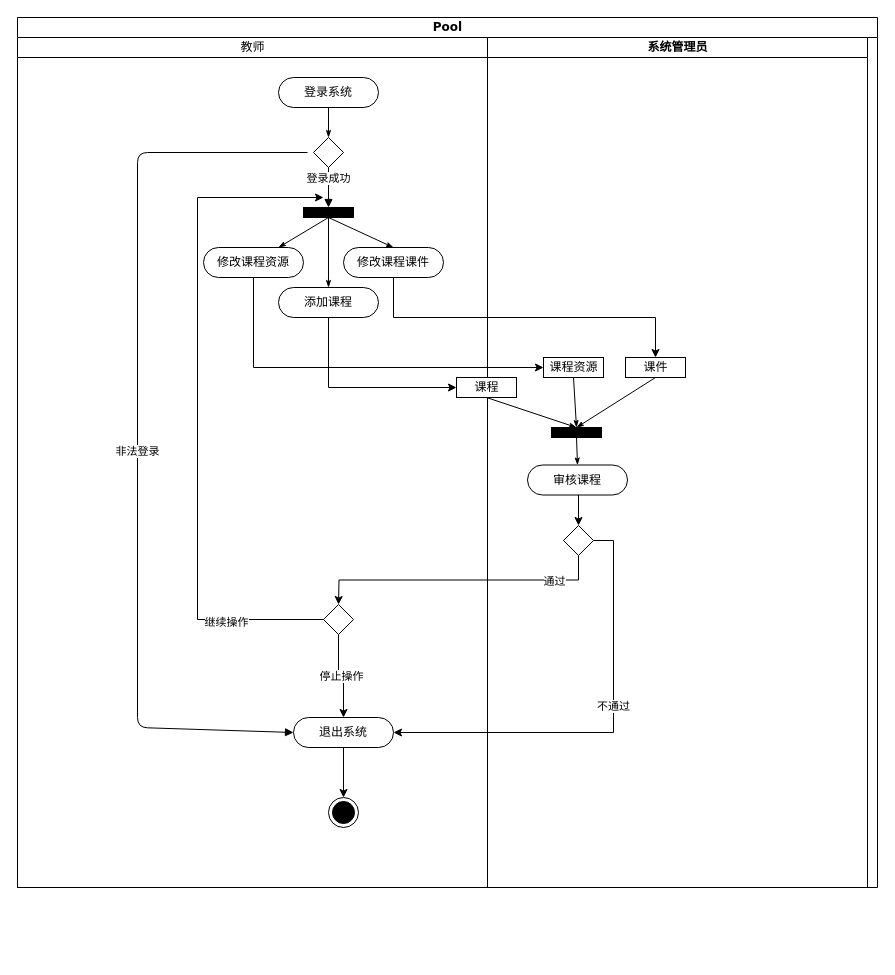
Before: page "Page-1" (1 of 2) of temp/Untitled Diagram.drawio in holyma/dreamermary.github.io, a draw.io diagram. Source tidied: cells renumbered, new cells numbered last; positions are measured from the earlier drawing's top-left corner, leaving out a move shared by most shapes. Both pictures are drawn from the tidied source at 100%, with x=0, y=0 at pixel (17, 17).
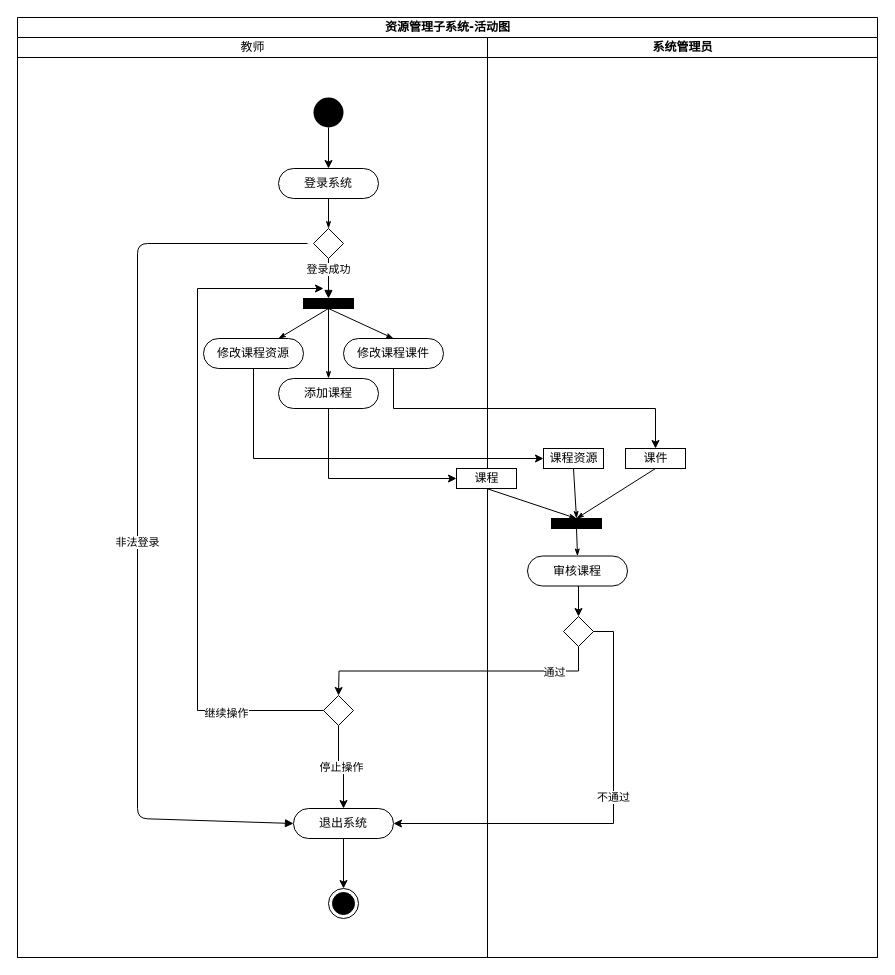
After the change.

What changed in the source:
```diff
@@
-    <mxCell id="2" value="Pool" style="swimlane;html=1;startSize=20;rounded=0;shadow=0;comic=0;labelBackgroundColor=none;strokeWidth=1;fontFamily=Verdana;fontSize=12;align=center;" parent="1" vertex="1">
-      <mxGeometry width="860" height="870" as="geometry" />
+    <mxCell id="2" value="资源管理子系统-活动图" style="swimlane;html=1;startSize=20;rounded=0;shadow=0;comic=0;labelBackgroundColor=none;strokeWidth=1;fontFamily=Verdana;fontSize=12;align=center;" parent="1" vertex="1">
+      <mxGeometry width="860" height="940" as="geometry" />
     </mxCell>
     <mxCell id="3" value="教师" style="swimlane;html=1;startSize=20;fontStyle=0;" parent="2" vertex="1">
-      <mxGeometry y="20" width="470" height="850" as="geometry" />
+      <mxGeometry y="20" width="470" height="920" as="geometry" />
     </mxCell>
@@
     <mxCell id="8" value="登录系统" style="rounded=1;whiteSpace=wrap;html=1;shadow=0;comic=0;labelBackgroundColor=none;strokeWidth=1;fontFamily=Verdana;fontSize=12;align=center;arcSize=50;" parent="3" vertex="1">
-      <mxGeometry x="261" y="40" width="100" height="30" as="geometry" />
+      <mxGeometry x="261" y="131" width="100" height="30" as="geometry" />
     </mxCell>
     <mxCell id="9" style="rhombus;" parent="3" vertex="1">
-      <mxGeometry x="296" y="100" width="30" height="30" as="geometry" />
+      <mxGeometry x="296" y="191" width="30" height="30" as="geometry" />
     </mxCell>
     <mxCell id="10" value="登录成功" style="html=1;verticalAlign=bottom;endArrow=block;" parent="3" edge="1">
       <mxGeometry relative="1" as="geometry">
-        <mxPoint x="311" y="130" as="sourcePoint" />
-        <mxPoint x="311" y="170" as="targetPoint" />
+        <mxPoint x="311" y="221" as="sourcePoint" />
+        <mxPoint x="311" y="261" as="targetPoint" />
       </mxGeometry>
     </mxCell>
     <mxCell id="11" style="whiteSpace=wrap;html=1;rounded=0;shadow=0;comic=0;labelBackgroundColor=none;strokeWidth=1;fillColor=#000000;fontFamily=Verdana;fontSize=12;align=center;rotation=0;" parent="3" vertex="1">
-      <mxGeometry x="286" y="170" width="50" height="10" as="geometry" />
+      <mxGeometry x="286" y="261" width="50" height="10" as="geometry" />
     </mxCell>
     <mxCell id="12" value="添加课程" style="rounded=1;whiteSpace=wrap;html=1;shadow=0;comic=0;labelBackgroundColor=none;strokeWidth=1;fontFamily=Verdana;fontSize=12;align=center;arcSize=50;" parent="3" vertex="1">
-      <mxGeometry x="261" y="250" width="100" height="30" as="geometry" />
+      <mxGeometry x="261" y="341" width="100" height="30" as="geometry" />
     </mxCell>
     <mxCell id="13" value="修改课程课件" style="rounded=1;whiteSpace=wrap;html=1;shadow=0;comic=0;labelBackgroundColor=none;strokeWidth=1;fontFamily=Verdana;fontSize=12;align=center;arcSize=50;" parent="3" vertex="1">
-      <mxGeometry x="326" y="210" width="100" height="30" as="geometry" />
+      <mxGeometry x="326" y="301" width="100" height="30" as="geometry" />
     </mxCell>
     <mxCell id="14" value="修改课程资源" style="rounded=1;whiteSpace=wrap;html=1;shadow=0;comic=0;labelBackgroundColor=none;strokeWidth=1;fontFamily=Verdana;fontSize=12;align=center;arcSize=50;" parent="3" vertex="1">
-      <mxGeometry x="186" y="210" width="100" height="30" as="geometry" />
+      <mxGeometry x="186" y="301" width="100" height="30" as="geometry" />
     </mxCell>
@@
     <mxCell id="19" value="退出系统" style="rounded=1;whiteSpace=wrap;html=1;shadow=0;comic=0;labelBackgroundColor=none;strokeWidth=1;fontFamily=Verdana;fontSize=12;align=center;arcSize=50;" parent="3" vertex="1">
-      <mxGeometry x="276" y="680" width="100" height="30" as="geometry" />
+      <mxGeometry x="276" y="771" width="100" height="30" as="geometry" />
     </mxCell>
     <mxCell id="20" style="ellipse;html=1;shape=endState;fillColor=#000000;strokeColor=#000000;" parent="3" vertex="1">
-      <mxGeometry x="311" y="760" width="30" height="30" as="geometry" />
+      <mxGeometry x="311" y="851" width="30" height="30" as="geometry" />
     </mxCell>
@@
     <mxCell id="22" style="rhombus;" parent="3" vertex="1">
-      <mxGeometry x="306" y="567" width="30" height="30" as="geometry" />
+      <mxGeometry x="306" y="658" width="30" height="30" as="geometry" />
     </mxCell>
+    <mxCell id="50" style="edgeStyle=orthogonalEdgeStyle;rounded=0;jettySize=auto;html=1;exitX=0.5;exitY=1;exitDx=0;exitDy=0;" parent="3" edge="1" source="51" target="8">
+      <mxGeometry relative="1" as="geometry" />
+    </mxCell>
+    <mxCell id="51" style="ellipse;fillColor=#000000;strokeColor=none;" parent="3" vertex="1">
+      <mxGeometry x="296" y="60" width="30" height="30" as="geometry" />
+    </mxCell>
@@
     <mxCell id="25" style="edgeStyle=orthogonalEdgeStyle;rounded=0;jettySize=auto;html=1;exitX=0.5;exitY=1;exitDx=0;exitDy=0;entryX=0.5;entryY=0;entryDx=0;entryDy=0;" parent="2" edge="1" source="35">
       <mxGeometry relative="1" as="geometry">
-        <mxPoint x="321" y="587" as="targetPoint" />
+        <mxPoint x="321" y="678" as="targetPoint" />
       </mxGeometry>
     </mxCell>
@@
     <mxCell id="28" value="系统管理员" style="swimlane;html=1;startSize=20;" parent="2" vertex="1">
-      <mxGeometry x="470" y="20" width="380" height="850" as="geometry" />
+      <mxGeometry x="470" y="20" width="390" height="920" as="geometry" />
     </mxCell>
@@
     <mxCell id="31" value="课件" style="html=1;" parent="28" vertex="1">
-      <mxGeometry x="138" y="320" width="60" height="20" as="geometry" />
+      <mxGeometry x="138" y="411" width="60" height="20" as="geometry" />
     </mxCell>
     <mxCell id="32" value="课程资源" style="html=1;" parent="28" vertex="1">
-      <mxGeometry x="56" y="320" width="60" height="20" as="geometry" />
+      <mxGeometry x="56" y="411" width="60" height="20" as="geometry" />
     </mxCell>
@@
     <mxCell id="34" value="审核课程" style="rounded=1;whiteSpace=wrap;html=1;shadow=0;comic=0;labelBackgroundColor=none;strokeWidth=1;fontFamily=Verdana;fontSize=12;align=center;arcSize=50;" parent="28" vertex="1">
-      <mxGeometry x="40" y="427.5" width="100" height="30" as="geometry" />
+      <mxGeometry x="40" y="518.5" width="100" height="30" as="geometry" />
     </mxCell>
     <mxCell id="35" style="rhombus;" parent="28" vertex="1">
-      <mxGeometry x="76" y="488" width="30" height="30" as="geometry" />
+      <mxGeometry x="76" y="579" width="30" height="30" as="geometry" />
     </mxCell>
     <mxCell id="36" style="whiteSpace=wrap;html=1;rounded=0;shadow=0;comic=0;labelBackgroundColor=none;strokeWidth=1;fillColor=#000000;fontFamily=Verdana;fontSize=12;align=center;rotation=0;" parent="28" vertex="1">
-      <mxGeometry x="64" y="390" width="50" height="10" as="geometry" />
+      <mxGeometry x="64" y="481" width="50" height="10" as="geometry" />
     </mxCell>
@@
     <mxCell id="43" style="edgeStyle=none;rounded=0;html=1;labelBackgroundColor=none;startArrow=none;startFill=0;startSize=5;endArrow=classicThin;endFill=1;endSize=5;jettySize=auto;orthogonalLoop=1;strokeWidth=1;fontFamily=Verdana;fontSize=12;" parent="1" edge="1">
       <mxGeometry relative="1" as="geometry">
-        <mxPoint x="311" y="90" as="sourcePoint" />
-        <mxPoint x="311" y="120" as="targetPoint" />
+        <mxPoint x="311" y="181" as="sourcePoint" />
+        <mxPoint x="311" y="211" as="targetPoint" />
       </mxGeometry>
     </mxCell>
     <mxCell id="44" value="非法登录" style="html=1;verticalAlign=bottom;endArrow=block;entryX=0;entryY=0.5;entryDx=0;entryDy=0;" parent="1" edge="1" target="19">
       <mxGeometry x="0.06" relative="1" as="geometry">
-        <mxPoint x="290" y="135" as="sourcePoint" />
+        <mxPoint x="290" y="226" as="sourcePoint" />
         <Array as="points">
-          <mxPoint x="120" y="135" />
-          <mxPoint x="120" y="710" />
+          <mxPoint x="120" y="226" />
+          <mxPoint x="120" y="801" />
         </Array>
       </mxGeometry>
     </mxCell>
     <mxCell id="45" value="课程" style="html=1;" parent="1" vertex="1">
-      <mxGeometry x="439" y="360" width="60" height="20" as="geometry" />
+      <mxGeometry x="439" y="451" width="60" height="20" as="geometry" />
     </mxCell>
@@
     <mxCell id="48" style="edgeStyle=orthogonalEdgeStyle;rounded=0;jettySize=auto;html=1;exitX=0;exitY=0.5;exitDx=0;exitDy=0;" parent="1" edge="1" source="22">
       <mxGeometry relative="1" as="geometry">
-        <mxPoint x="306" y="180" as="targetPoint" />
+        <mxPoint x="306" y="271" as="targetPoint" />
         <Array as="points">
-          <mxPoint x="180" y="602" />
-          <mxPoint x="180" y="180" />
+          <mxPoint x="180" y="693" />
+          <mxPoint x="180" y="271" />
         </Array>
       </mxGeometry>
     </mxCell>
```
